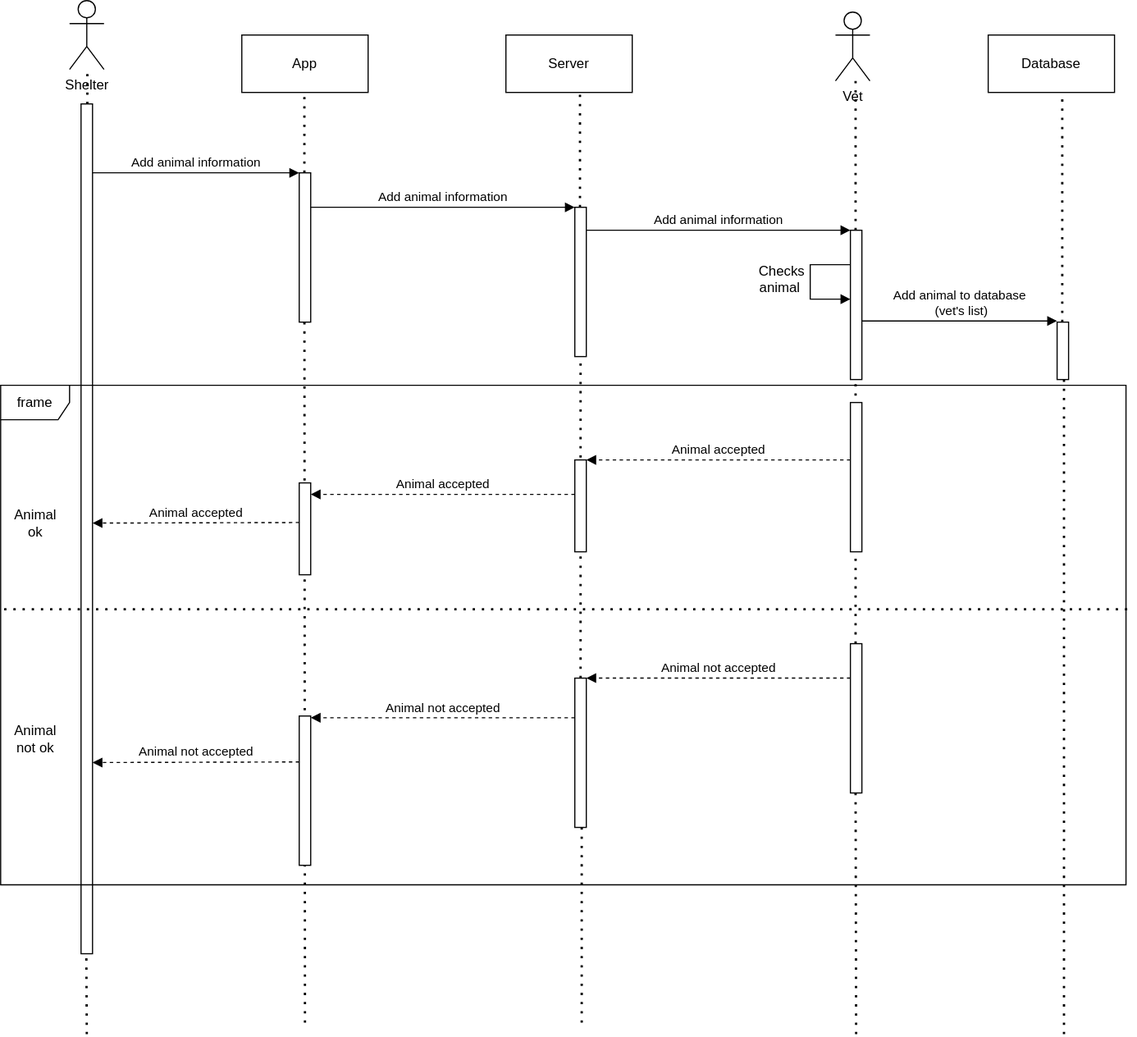
Earlier version of the draw.io export ShelterAdminSequence1.svg (Thomaskald/DistributedSystems). Source tidied: cells renumbered, new cells last; positions are measured from the earlier drawing's top-left corner, leaving out a move shared by most shapes. Its diagram source:
```xml
<mxGraphModel>
  <root>
    <mxCell id="0" />
    <mxCell id="1" parent="0" />
    <mxCell id="2" value="Shelter" style="shape=umlActor;verticalLabelPosition=bottom;verticalAlign=top;html=1;" parent="1" vertex="1">
      <mxGeometry x="60" width="30" height="60" as="geometry" />
    </mxCell>
    <mxCell id="3" style="endArrow=none;dashed=1;html=1;dashPattern=1 3;strokeWidth=2;rounded=0;" parent="1" edge="1" source="5">
      <mxGeometry relative="1" as="geometry">
        <mxPoint x="75.5" y="60" as="targetPoint" />
      </mxGeometry>
    </mxCell>
    <mxCell id="4" style="endArrow=none;dashed=1;html=1;dashPattern=1 3;strokeWidth=2;rounded=0;" parent="1" edge="1">
      <mxGeometry relative="1" as="geometry">
        <mxPoint x="75" y="900" as="sourcePoint" />
        <mxPoint x="74.5" y="810" as="targetPoint" />
      </mxGeometry>
    </mxCell>
    <mxCell id="5" style="html=1;points=[[0,0,0,0,5],[0,1,0,0,-5],[1,0,0,0,5],[1,1,0,0,-5]];perimeter=orthogonalPerimeter;outlineConnect=0;targetShapes=umlLifeline;portConstraint=eastwest;newEdgeStyle={&quot;curved&quot;:0,&quot;rounded&quot;:0};" parent="1" vertex="1">
      <mxGeometry x="70" y="90" width="10" height="740" as="geometry" />
    </mxCell>
    <mxCell id="6" value="App" style="html=1;whiteSpace=wrap;" parent="1" vertex="1">
      <mxGeometry x="210" y="30" width="110" height="50" as="geometry" />
    </mxCell>
    <mxCell id="7" value="Server&lt;span style=&quot;color: rgba(0, 0, 0, 0); font-family: monospace; font-size: 0px; text-align: start; text-wrap-mode: nowrap;&quot;&gt;%3CmxGraphModel%3E%3Croot%3E%3CmxCell%20id%3D%220%22%2F%3E%3CmxCell%20id%3D%221%22%20parent%3D%220%22%2F%3E%3CmxCell%20id%3D%222%22%20value%3D%22App%22%20style%3D%22html%3D1%3BwhiteSpace%3Dwrap%3B%22%20vertex%3D%221%22%20parent%3D%221%22%3E%3CmxGeometry%20x%3D%22280%22%20y%3D%22180%22%20width%3D%22110%22%20height%3D%2250%22%20as%3D%22geometry%22%2F%3E%3C%2FmxCell%3E%3C%2Froot%3E%3C%2FmxGraphModel%3E&lt;/span&gt;" style="html=1;whiteSpace=wrap;" parent="1" vertex="1">
      <mxGeometry x="440" y="30" width="110" height="50" as="geometry" />
    </mxCell>
    <mxCell id="8" value="Database" style="html=1;whiteSpace=wrap;" parent="1" vertex="1">
      <mxGeometry x="860" y="30" width="110" height="50" as="geometry" />
    </mxCell>
    <mxCell id="9" style="endArrow=none;dashed=1;html=1;dashPattern=1 3;strokeWidth=2;rounded=0;" parent="1" edge="1" source="15">
      <mxGeometry relative="1" as="geometry">
        <mxPoint x="264.5" y="80" as="targetPoint" />
      </mxGeometry>
    </mxCell>
    <mxCell id="10" style="endArrow=none;dashed=1;html=1;dashPattern=1 3;strokeWidth=2;rounded=0;" parent="1" edge="1">
      <mxGeometry relative="1" as="geometry">
        <mxPoint x="504.5" y="180" as="sourcePoint" />
        <mxPoint x="504.5" y="80" as="targetPoint" />
      </mxGeometry>
    </mxCell>
    <mxCell id="11" style="endArrow=none;dashed=1;html=1;dashPattern=1 3;strokeWidth=2;rounded=0;" parent="1" edge="1">
      <mxGeometry relative="1" as="geometry">
        <mxPoint x="924.5" y="280" as="sourcePoint" />
        <mxPoint x="924.5" y="80" as="targetPoint" />
      </mxGeometry>
    </mxCell>
    <mxCell id="12" value="Vet" style="shape=umlActor;verticalLabelPosition=bottom;verticalAlign=top;html=1;" parent="1" vertex="1">
      <mxGeometry x="727" y="10" width="30" height="60" as="geometry" />
    </mxCell>
    <mxCell id="13" value="Add animal information" style="html=1;verticalAlign=bottom;endArrow=block;curved=0;rounded=0;" parent="1" edge="1">
      <mxGeometry relative="1" as="geometry">
        <mxPoint x="80" y="150" as="sourcePoint" />
        <mxPoint x="260" y="150" as="targetPoint" />
      </mxGeometry>
    </mxCell>
    <mxCell id="14" style="endArrow=none;dashed=1;html=1;dashPattern=1 3;strokeWidth=2;rounded=0;" parent="1" edge="1">
      <mxGeometry relative="1" as="geometry">
        <mxPoint x="265" y="890" as="sourcePoint" />
        <mxPoint x="264.5" y="230" as="targetPoint" />
      </mxGeometry>
    </mxCell>
    <mxCell id="15" style="html=1;points=[[0,0,0,0,5],[0,1,0,0,-5],[1,0,0,0,5],[1,1,0,0,-5]];perimeter=orthogonalPerimeter;outlineConnect=0;targetShapes=umlLifeline;portConstraint=eastwest;newEdgeStyle={&quot;curved&quot;:0,&quot;rounded&quot;:0};" parent="1" vertex="1">
      <mxGeometry x="260" y="150" width="10" height="130" as="geometry" />
    </mxCell>
    <mxCell id="16" value="Add animal information" style="html=1;verticalAlign=bottom;endArrow=block;curved=0;rounded=0;" parent="1" edge="1" target="18">
      <mxGeometry relative="1" as="geometry">
        <mxPoint x="270" y="180" as="sourcePoint" />
      </mxGeometry>
    </mxCell>
    <mxCell id="17" style="endArrow=none;dashed=1;html=1;dashPattern=1 3;strokeWidth=2;rounded=0;" parent="1" edge="1" source="39" target="18">
      <mxGeometry relative="1" as="geometry" />
    </mxCell>
    <mxCell id="18" style="html=1;points=[[0,0,0,0,5],[0,1,0,0,-5],[1,0,0,0,5],[1,1,0,0,-5]];perimeter=orthogonalPerimeter;outlineConnect=0;targetShapes=umlLifeline;portConstraint=eastwest;newEdgeStyle={&quot;curved&quot;:0,&quot;rounded&quot;:0};" parent="1" vertex="1">
      <mxGeometry x="500" y="180" width="10" height="130" as="geometry" />
    </mxCell>
    <mxCell id="19" style="endArrow=none;dashed=1;html=1;dashPattern=1 3;strokeWidth=2;rounded=0;" parent="1" edge="1" source="36">
      <mxGeometry relative="1" as="geometry">
        <mxPoint x="744.5" y="70" as="targetPoint" />
      </mxGeometry>
    </mxCell>
    <mxCell id="20" value="Add animal information" style="html=1;verticalAlign=bottom;endArrow=block;curved=0;rounded=0;" parent="1" edge="1">
      <mxGeometry relative="1" as="geometry">
        <mxPoint x="510" y="200" as="sourcePoint" />
        <mxPoint x="740" y="200" as="targetPoint" />
      </mxGeometry>
    </mxCell>
    <mxCell id="21" style="html=1;perimeter=orthogonalPerimeter;targetShapes=umlLifeline;newEdgeStyle={&quot;curved&quot;:0,&quot;rounded&quot;:0};" parent="1" vertex="1">
      <mxGeometry x="740" y="200" width="10" height="130" as="geometry" />
    </mxCell>
    <mxCell id="22" style="html=1;align=left;spacingLeft=2;endArrow=block;rounded=0;edgeStyle=orthogonalEdgeStyle;curved=0;rounded=0;" parent="1" edge="1">
      <mxGeometry relative="1" as="geometry">
        <mxPoint x="740" y="230" as="sourcePoint" />
        <mxPoint x="740" y="260" as="targetPoint" />
        <Array as="points">
          <mxPoint x="705" y="260" />
        </Array>
      </mxGeometry>
    </mxCell>
    <mxCell id="23" value="Checks&lt;div&gt;animal&amp;nbsp;&lt;/div&gt;&lt;div&gt;&lt;br&gt;&lt;/div&gt;" style="text;html=1;align=center;verticalAlign=middle;strokeColor=none;fillColor=none;" parent="1" vertex="1">
      <mxGeometry x="650" y="220" width="60" height="60" as="geometry" />
    </mxCell>
    <mxCell id="24" value="frame" style="shape=umlFrame;whiteSpace=wrap;html=1;" parent="1" vertex="1">
      <mxGeometry y="335" width="980" height="435" as="geometry" />
    </mxCell>
    <mxCell id="25" style="endArrow=none;dashed=1;html=1;dashPattern=1 3;strokeWidth=2;rounded=0;entryX=1.002;entryY=0.503;entryDx=0;entryDy=0;entryPerimeter=0;exitX=-0.002;exitY=0.503;exitDx=0;exitDy=0;exitPerimeter=0;" parent="1" edge="1">
      <mxGeometry relative="1" as="geometry">
        <mxPoint x="3" y="530" as="sourcePoint" />
        <mxPoint x="987" y="530" as="targetPoint" />
      </mxGeometry>
    </mxCell>
    <mxCell id="26" value="Animal&lt;div&gt;ok&lt;/div&gt;" style="text;html=1;align=center;verticalAlign=middle;strokeColor=none;fillColor=none;" parent="1" vertex="1">
      <mxGeometry y="435" width="60" height="40" as="geometry" />
    </mxCell>
    <mxCell id="27" value="Animal&lt;div&gt;not ok&lt;/div&gt;" style="text;html=1;align=center;verticalAlign=middle;strokeColor=none;fillColor=none;" parent="1" vertex="1">
      <mxGeometry y="623" width="60" height="40" as="geometry" />
    </mxCell>
    <mxCell id="28" style="html=1;perimeter=orthogonalPerimeter;targetShapes=umlLifeline;newEdgeStyle={&quot;curved&quot;:0,&quot;rounded&quot;:0};" parent="1" vertex="1">
      <mxGeometry x="740" y="350" width="10" height="130" as="geometry" />
    </mxCell>
    <mxCell id="29" value="Add animal to database&lt;div&gt;&amp;nbsp;(vet's list)&lt;/div&gt;" style="html=1;verticalAlign=bottom;endArrow=block;curved=0;rounded=0;" parent="1" edge="1">
      <mxGeometry relative="1" as="geometry">
        <mxPoint x="750" y="279" as="sourcePoint" />
        <mxPoint x="920" y="279" as="targetPoint" />
      </mxGeometry>
    </mxCell>
    <mxCell id="30" value="Animal accepted" style="html=1;verticalAlign=bottom;endArrow=block;curved=0;rounded=0;dashed=1;" parent="1" edge="1">
      <mxGeometry relative="1" as="geometry">
        <mxPoint x="740" y="400" as="sourcePoint" />
        <mxPoint x="510" y="400" as="targetPoint" />
      </mxGeometry>
    </mxCell>
    <mxCell id="31" style="html=1;perimeter=orthogonalPerimeter;targetShapes=umlLifeline;newEdgeStyle={&quot;curved&quot;:0,&quot;rounded&quot;:0};" parent="1" vertex="1">
      <mxGeometry x="500" y="400" width="10" height="80" as="geometry" />
    </mxCell>
    <mxCell id="32" style="html=1;perimeter=orthogonalPerimeter;targetShapes=umlLifeline;newEdgeStyle={&quot;curved&quot;:0,&quot;rounded&quot;:0};" parent="1" vertex="1">
      <mxGeometry x="260" y="420" width="10" height="80" as="geometry" />
    </mxCell>
    <mxCell id="33" value="Animal accepted" style="html=1;verticalAlign=bottom;endArrow=block;curved=0;rounded=0;dashed=1;" parent="1" edge="1">
      <mxGeometry relative="1" as="geometry">
        <mxPoint x="500" y="430" as="sourcePoint" />
        <mxPoint x="270" y="430" as="targetPoint" />
      </mxGeometry>
    </mxCell>
    <mxCell id="34" value="Animal accepted" style="html=1;verticalAlign=bottom;endArrow=block;curved=0;rounded=0;dashed=1;" parent="1" edge="1">
      <mxGeometry relative="1" as="geometry">
        <mxPoint x="260" y="454.5" as="sourcePoint" />
        <mxPoint x="80" y="455" as="targetPoint" />
      </mxGeometry>
    </mxCell>
    <mxCell id="35" style="endArrow=none;dashed=1;html=1;dashPattern=1 3;strokeWidth=2;rounded=0;" parent="1" edge="1">
      <mxGeometry relative="1" as="geometry">
        <mxPoint x="745" y="900" as="sourcePoint" />
        <mxPoint x="744.5" y="690" as="targetPoint" />
      </mxGeometry>
    </mxCell>
    <mxCell id="36" style="html=1;points=[[0,0,0,0,5],[0,1,0,0,-5],[1,0,0,0,5],[1,1,0,0,-5]];perimeter=orthogonalPerimeter;outlineConnect=0;targetShapes=umlLifeline;portConstraint=eastwest;newEdgeStyle={&quot;curved&quot;:0,&quot;rounded&quot;:0};" parent="1" vertex="1">
      <mxGeometry x="740" y="560" width="10" height="130" as="geometry" />
    </mxCell>
    <mxCell id="37" value="Animal not accepted" style="html=1;verticalAlign=bottom;endArrow=block;curved=0;rounded=0;dashed=1;" parent="1" edge="1">
      <mxGeometry relative="1" as="geometry">
        <mxPoint x="740" y="590" as="sourcePoint" />
        <mxPoint x="510" y="590" as="targetPoint" />
      </mxGeometry>
    </mxCell>
    <mxCell id="38" style="endArrow=none;dashed=1;html=1;dashPattern=1 3;strokeWidth=2;rounded=0;" parent="1" edge="1" target="39">
      <mxGeometry relative="1" as="geometry">
        <mxPoint x="506" y="890" as="sourcePoint" />
      </mxGeometry>
    </mxCell>
    <mxCell id="39" style="html=1;points=[[0,0,0,0,5],[0,1,0,0,-5],[1,0,0,0,5],[1,1,0,0,-5]];perimeter=orthogonalPerimeter;outlineConnect=0;targetShapes=umlLifeline;portConstraint=eastwest;newEdgeStyle={&quot;curved&quot;:0,&quot;rounded&quot;:0};" parent="1" vertex="1">
      <mxGeometry x="500" y="590" width="10" height="130" as="geometry" />
    </mxCell>
    <mxCell id="40" value="Animal not accepted" style="html=1;verticalAlign=bottom;endArrow=block;curved=0;rounded=0;dashed=1;" parent="1" edge="1">
      <mxGeometry relative="1" as="geometry">
        <mxPoint x="500" y="624.5" as="sourcePoint" />
        <mxPoint x="270" y="624.5" as="targetPoint" />
      </mxGeometry>
    </mxCell>
    <mxCell id="41" style="html=1;perimeter=orthogonalPerimeter;targetShapes=umlLifeline;newEdgeStyle={&quot;curved&quot;:0,&quot;rounded&quot;:0};" parent="1" vertex="1">
      <mxGeometry x="260" y="623" width="10" height="130" as="geometry" />
    </mxCell>
    <mxCell id="42" value="Animal not accepted" style="html=1;verticalAlign=bottom;endArrow=block;curved=0;rounded=0;dashed=1;" parent="1" edge="1">
      <mxGeometry relative="1" as="geometry">
        <mxPoint x="260" y="663" as="sourcePoint" />
        <mxPoint x="80" y="663.5" as="targetPoint" />
      </mxGeometry>
    </mxCell>
    <mxCell id="43" style="endArrow=none;dashed=1;html=1;dashPattern=1 3;strokeWidth=2;rounded=0;" parent="1" edge="1" target="44">
      <mxGeometry relative="1" as="geometry">
        <mxPoint x="926" y="900" as="sourcePoint" />
      </mxGeometry>
    </mxCell>
    <mxCell id="44" style="html=1;points=[[0,0,0,0,5],[0,1,0,0,-5],[1,0,0,0,5],[1,1,0,0,-5]];perimeter=orthogonalPerimeter;outlineConnect=0;targetShapes=umlLifeline;portConstraint=eastwest;newEdgeStyle={&quot;curved&quot;:0,&quot;rounded&quot;:0};" parent="1" vertex="1">
      <mxGeometry x="920" y="280" width="10" height="50" as="geometry" />
    </mxCell>
  </root>
</mxGraphModel>
```
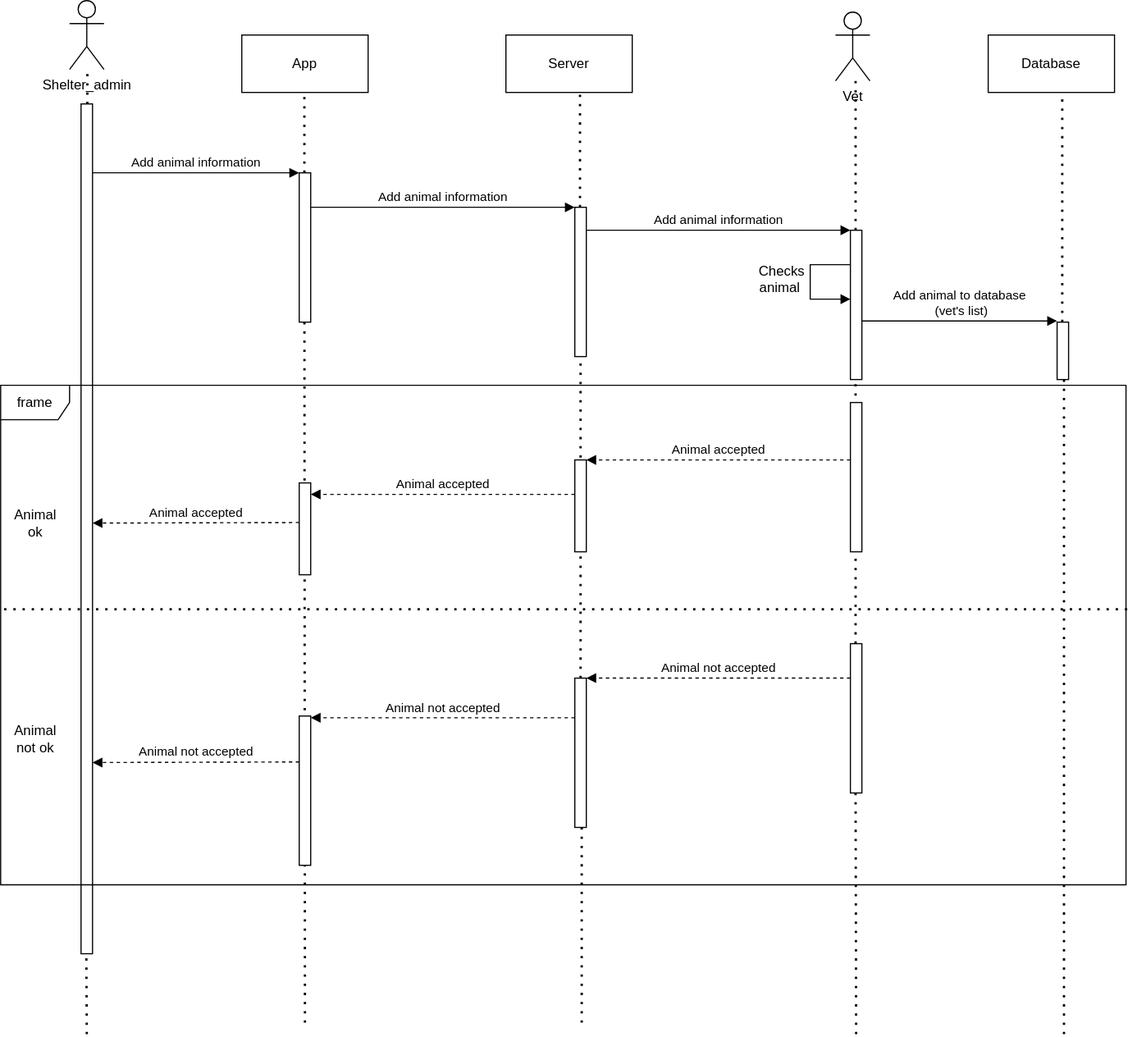
The same diagram one commit later.

Change to the diagram source:
```diff
@@ -2,7 +2,7 @@
   <root>
     <mxCell id="0" />
     <mxCell id="1" parent="0" />
-    <mxCell id="2" value="Shelter" style="shape=umlActor;verticalLabelPosition=bottom;verticalAlign=top;html=1;" parent="1" vertex="1">
+    <mxCell id="2" value="Shelter_admin" style="shape=umlActor;verticalLabelPosition=bottom;verticalAlign=top;html=1;" parent="1" vertex="1">
       <mxGeometry x="60" width="30" height="60" as="geometry" />
     </mxCell>
     <mxCell id="3" style="endArrow=none;dashed=1;html=1;dashPattern=1 3;strokeWidth=2;rounded=0;" parent="1" edge="1" source="5">
```
